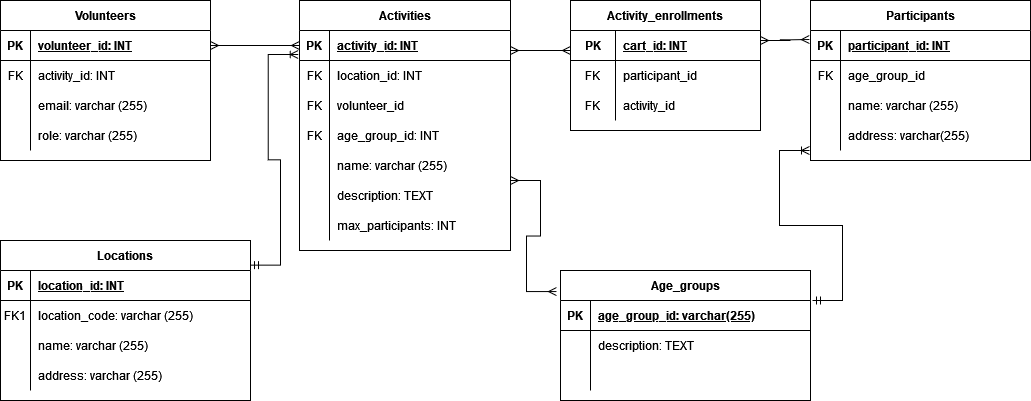
Before: 340.drawio.png, a diagram exported from draw.io (arse0039/340_db). Source tidied: cells renumbered, new cells last; positions are measured from the earlier drawing's top-left corner, leaving out a move shared by most shapes.
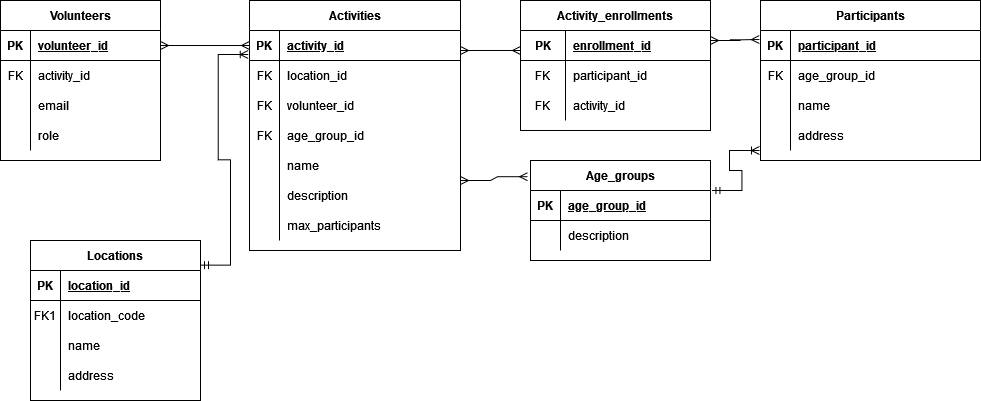
After the commit.

What changed in the source:
```diff
@@ -3,113 +3,104 @@
     <mxCell id="0" />
     <mxCell id="1" parent="0" />
     <mxCell id="2" value="Locations" style="shape=table;startSize=30;rowLines=0;fontStyle=1;align=center;" parent="1" vertex="1">
-      <mxGeometry y="240" width="250" height="160" as="geometry" />
+      <mxGeometry x="80" y="240" width="170" height="160" as="geometry" />
     </mxCell>
     <mxCell id="3" style="shape=partialRectangle;fillColor=none;top=0;left=0;right=0;bottom=1;" parent="2" vertex="1">
-      <mxGeometry y="30" width="250" height="30" as="geometry" />
+      <mxGeometry y="30" width="170" height="30" as="geometry" />
     </mxCell>
     <mxCell id="4" value="PK" style="shape=partialRectangle;overflow=hidden;fillColor=none;top=0;left=0;bottom=0;right=0;fontStyle=1;" parent="3" vertex="1">
       <mxGeometry width="30" height="30" as="geometry" />
     </mxCell>
-    <mxCell id="5" value="location_id: INT" style="shape=partialRectangle;overflow=hidden;fillColor=none;top=0;left=0;bottom=0;right=0;align=left;spacingLeft=6;fontStyle=5;" parent="3" vertex="1">
-      <mxGeometry x="30" width="220" height="30" as="geometry" />
+    <mxCell id="5" value="location_id" style="shape=partialRectangle;overflow=hidden;fillColor=none;top=0;left=0;bottom=0;right=0;align=left;spacingLeft=6;fontStyle=5;" parent="3" vertex="1">
+      <mxGeometry x="30" width="140" height="30" as="geometry" />
     </mxCell>
     <mxCell id="6" style="shape=partialRectangle;fillColor=none;top=0;left=0;right=0;bottom=0;" parent="2" vertex="1">
-      <mxGeometry y="60" width="250" height="30" as="geometry" />
+      <mxGeometry y="60" width="170" height="30" as="geometry" />
     </mxCell>
     <mxCell id="7" value="FK1" style="shape=partialRectangle;overflow=hidden;fillColor=none;top=0;left=0;bottom=0;right=0;" parent="6" vertex="1">
       <mxGeometry width="30" height="30" as="geometry" />
     </mxCell>
-    <mxCell id="8" value="location_code: varchar (255)" style="shape=partialRectangle;overflow=hidden;fillColor=none;top=0;left=0;bottom=0;right=0;align=left;spacingLeft=6;" parent="6" vertex="1">
-      <mxGeometry x="30" width="220" height="30" as="geometry" />
+    <mxCell id="8" value="location_code" style="shape=partialRectangle;overflow=hidden;fillColor=none;top=0;left=0;bottom=0;right=0;align=left;spacingLeft=6;" parent="6" vertex="1">
+      <mxGeometry x="30" width="140" height="30" as="geometry" />
     </mxCell>
     <mxCell id="9" style="shape=partialRectangle;fillColor=none;top=0;left=0;right=0;bottom=0;" parent="2" vertex="1">
-      <mxGeometry y="90" width="250" height="30" as="geometry" />
+      <mxGeometry y="90" width="170" height="30" as="geometry" />
     </mxCell>
     <mxCell id="10" style="shape=partialRectangle;overflow=hidden;fillColor=none;top=0;left=0;bottom=0;right=0;" parent="9" vertex="1">
       <mxGeometry width="30" height="30" as="geometry" />
     </mxCell>
-    <mxCell id="11" value="name: varchar (255)" style="shape=partialRectangle;overflow=hidden;fillColor=none;top=0;left=0;bottom=0;right=0;align=left;spacingLeft=6;" parent="9" vertex="1">
-      <mxGeometry x="30" width="220" height="30" as="geometry" />
+    <mxCell id="11" value="name" style="shape=partialRectangle;overflow=hidden;fillColor=none;top=0;left=0;bottom=0;right=0;align=left;spacingLeft=6;" parent="9" vertex="1">
+      <mxGeometry x="30" width="140" height="30" as="geometry" />
     </mxCell>
     <mxCell id="12" style="shape=partialRectangle;fillColor=none;top=0;left=0;right=0;bottom=0;" parent="2" vertex="1">
-      <mxGeometry y="120" width="250" height="30" as="geometry" />
+      <mxGeometry y="120" width="170" height="30" as="geometry" />
     </mxCell>
     <mxCell id="13" style="shape=partialRectangle;overflow=hidden;fillColor=none;top=0;left=0;bottom=0;right=0;" parent="12" vertex="1">
       <mxGeometry width="30" height="30" as="geometry" />
     </mxCell>
-    <mxCell id="14" value="address: varchar (255)" style="shape=partialRectangle;overflow=hidden;fillColor=none;top=0;left=0;bottom=0;right=0;align=left;spacingLeft=6;" parent="12" vertex="1">
-      <mxGeometry x="30" width="220" height="30" as="geometry" />
+    <mxCell id="14" value="address" style="shape=partialRectangle;overflow=hidden;fillColor=none;top=0;left=0;bottom=0;right=0;align=left;spacingLeft=6;" parent="12" vertex="1">
+      <mxGeometry x="30" width="140" height="30" as="geometry" />
     </mxCell>
     <mxCell id="15" value="Volunteers" style="shape=table;startSize=30;rowLines=0;fontStyle=1;align=center;" parent="1" vertex="1">
-      <mxGeometry width="210" height="160" as="geometry" />
+      <mxGeometry x="50" width="160" height="160" as="geometry" />
     </mxCell>
     <mxCell id="16" style="shape=partialRectangle;fillColor=none;points=[[0,0.5],[1,0.5]];portConstraint=eastwest;top=0;left=0;right=0;bottom=1;" parent="15" vertex="1">
-      <mxGeometry y="30" width="210" height="30" as="geometry" />
+      <mxGeometry y="30" width="160" height="30" as="geometry" />
     </mxCell>
     <mxCell id="17" value="PK" style="shape=partialRectangle;overflow=hidden;fillColor=none;top=0;left=0;bottom=0;right=0;fontStyle=1;" parent="16" vertex="1">
       <mxGeometry width="30" height="30" as="geometry" />
     </mxCell>
-    <mxCell id="18" value="volunteer_id: INT" style="shape=partialRectangle;overflow=hidden;fillColor=none;top=0;left=0;bottom=0;right=0;align=left;spacingLeft=6;fontStyle=5;" parent="16" vertex="1">
-      <mxGeometry x="30" width="180" height="30" as="geometry" />
+    <mxCell id="18" value="volunteer_id" style="shape=partialRectangle;overflow=hidden;fillColor=none;top=0;left=0;bottom=0;right=0;align=left;spacingLeft=6;fontStyle=5;" parent="16" vertex="1">
+      <mxGeometry x="30" width="130" height="30" as="geometry" />
     </mxCell>
     <mxCell id="19" style="shape=partialRectangle;fillColor=none;top=0;left=0;right=0;bottom=0;" parent="15" vertex="1">
-      <mxGeometry y="60" width="210" height="30" as="geometry" />
+      <mxGeometry y="60" width="160" height="30" as="geometry" />
     </mxCell>
     <mxCell id="20" value="FK" style="shape=partialRectangle;overflow=hidden;fillColor=none;top=0;left=0;bottom=0;right=0;" parent="19" vertex="1">
       <mxGeometry width="30" height="30" as="geometry" />
     </mxCell>
-    <mxCell id="21" value="activity_id: INT" style="shape=partialRectangle;overflow=hidden;fillColor=none;top=0;left=0;bottom=0;right=0;align=left;spacingLeft=6;" parent="19" vertex="1">
-      <mxGeometry x="30" width="180" height="30" as="geometry" />
+    <mxCell id="21" value="activity_id" style="shape=partialRectangle;overflow=hidden;fillColor=none;top=0;left=0;bottom=0;right=0;align=left;spacingLeft=6;" parent="19" vertex="1">
+      <mxGeometry x="30" width="130" height="30" as="geometry" />
     </mxCell>
     <mxCell id="22" style="shape=partialRectangle;fillColor=none;top=0;left=0;right=0;bottom=0;" parent="15" vertex="1">
-      <mxGeometry y="90" width="210" height="30" as="geometry" />
+      <mxGeometry y="90" width="160" height="30" as="geometry" />
     </mxCell>
     <mxCell id="23" style="shape=partialRectangle;overflow=hidden;fillColor=none;top=0;left=0;bottom=0;right=0;" parent="22" vertex="1">
       <mxGeometry width="30" height="30" as="geometry" />
     </mxCell>
-    <mxCell id="24" value="email: varchar (255)" style="shape=partialRectangle;overflow=hidden;fillColor=none;top=0;left=0;bottom=0;right=0;align=left;spacingLeft=6;" parent="22" vertex="1">
-      <mxGeometry x="30" width="180" height="30" as="geometry" />
+    <mxCell id="24" value="email" style="shape=partialRectangle;overflow=hidden;fillColor=none;top=0;left=0;bottom=0;right=0;align=left;spacingLeft=6;" parent="22" vertex="1">
+      <mxGeometry x="30" width="130" height="30" as="geometry" />
     </mxCell>
     <mxCell id="25" style="shape=partialRectangle;fillColor=none;top=0;left=0;right=0;bottom=0;" parent="15" vertex="1">
-      <mxGeometry y="120" width="210" height="30" as="geometry" />
+      <mxGeometry y="120" width="160" height="30" as="geometry" />
     </mxCell>
     <mxCell id="26" style="shape=partialRectangle;overflow=hidden;fillColor=none;top=0;left=0;bottom=0;right=0;" parent="25" vertex="1">
       <mxGeometry width="30" height="30" as="geometry" />
     </mxCell>
-    <mxCell id="27" value="role: varchar (255)" style="shape=partialRectangle;overflow=hidden;fillColor=none;top=0;left=0;bottom=0;right=0;align=left;spacingLeft=6;" parent="25" vertex="1">
-      <mxGeometry x="30" width="180" height="30" as="geometry" />
+    <mxCell id="27" value="role" style="shape=partialRectangle;overflow=hidden;fillColor=none;top=0;left=0;bottom=0;right=0;align=left;spacingLeft=6;" parent="25" vertex="1">
+      <mxGeometry x="30" width="130" height="30" as="geometry" />
     </mxCell>
     <mxCell id="28" value="Age_groups" style="shape=table;startSize=30;rowLines=0;fontStyle=1;align=center;" parent="1" vertex="1">
-      <mxGeometry x="560" y="270" width="250" height="130" as="geometry" />
+      <mxGeometry x="580" y="160" width="180" height="100" as="geometry" />
     </mxCell>
     <mxCell id="29" style="shape=partialRectangle;fillColor=none;points=[[0,0.5],[1,0.5]];portConstraint=eastwest;top=0;left=0;right=0;bottom=1;" parent="28" vertex="1">
-      <mxGeometry y="30" width="250" height="30" as="geometry" />
+      <mxGeometry y="30" width="180" height="30" as="geometry" />
     </mxCell>
     <mxCell id="30" value="PK" style="shape=partialRectangle;overflow=hidden;fillColor=none;top=0;left=0;bottom=0;right=0;fontStyle=1;" parent="29" vertex="1">
       <mxGeometry width="30" height="30" as="geometry" />
     </mxCell>
-    <mxCell id="31" value="age_group_id: varchar(255)" style="shape=partialRectangle;overflow=hidden;fillColor=none;top=0;left=0;bottom=0;right=0;align=left;spacingLeft=6;fontStyle=5;" parent="29" vertex="1">
-      <mxGeometry x="30" width="220" height="30" as="geometry" />
+    <mxCell id="31" value="age_group_id" style="shape=partialRectangle;overflow=hidden;fillColor=none;top=0;left=0;bottom=0;right=0;align=left;spacingLeft=6;fontStyle=5;" parent="29" vertex="1">
+      <mxGeometry x="30" width="150" height="30" as="geometry" />
     </mxCell>
     <mxCell id="32" style="shape=partialRectangle;fillColor=none;top=0;left=0;right=0;bottom=0;" parent="28" vertex="1">
-      <mxGeometry y="60" width="250" height="30" as="geometry" />
+      <mxGeometry y="60" width="180" height="30" as="geometry" />
     </mxCell>
     <mxCell id="33" style="shape=partialRectangle;overflow=hidden;fillColor=none;top=0;left=0;bottom=0;right=0;" parent="32" vertex="1">
       <mxGeometry width="30" height="30" as="geometry" />
     </mxCell>
-    <mxCell id="34" value="description: TEXT" style="shape=partialRectangle;overflow=hidden;fillColor=none;top=0;left=0;bottom=0;right=0;align=left;spacingLeft=6;" parent="32" vertex="1">
-      <mxGeometry x="30" width="220" height="30" as="geometry" />
+    <mxCell id="34" value="description" style="shape=partialRectangle;overflow=hidden;fillColor=none;top=0;left=0;bottom=0;right=0;align=left;spacingLeft=6;" parent="32" vertex="1">
+      <mxGeometry x="30" width="150" height="30" as="geometry" />
     </mxCell>
-    <mxCell id="35" style="shape=partialRectangle;fillColor=none;top=0;left=0;right=0;bottom=0;" parent="28" vertex="1">
-      <mxGeometry y="90" width="250" height="30" as="geometry" />
-    </mxCell>
-    <mxCell id="36" style="shape=partialRectangle;overflow=hidden;fillColor=none;top=0;left=0;bottom=0;right=0;" parent="35" vertex="1">
-      <mxGeometry width="30" height="30" as="geometry" />
-    </mxCell>
-    <mxCell id="37" style="shape=partialRectangle;overflow=hidden;fillColor=none;top=0;left=0;bottom=0;right=0;align=left;spacingLeft=6;" parent="35" vertex="1">
-      <mxGeometry x="30" width="220" height="30" as="geometry" />
-    </mxCell>
     <mxCell id="38" value="Activity_enrollments" style="shape=table;startSize=30;rowLines=0;fontStyle=1;align=center;" parent="1" vertex="1">
       <mxGeometry x="570" width="190" height="130" as="geometry" />
     </mxCell>
@@ -119,7 +110,7 @@
     <mxCell id="40" value="PK" style="shape=partialRectangle;overflow=hidden;fillColor=none;top=0;left=0;bottom=0;right=0;fontStyle=1;" parent="39" vertex="1">
       <mxGeometry width="45" height="30" as="geometry" />
     </mxCell>
-    <mxCell id="41" value="cart_id: INT" style="shape=partialRectangle;overflow=hidden;fillColor=none;top=0;left=0;bottom=0;right=0;align=left;spacingLeft=6;fontStyle=5;" parent="39" vertex="1">
+    <mxCell id="41" value="enrollment_id" style="shape=partialRectangle;overflow=hidden;fillColor=none;top=0;left=0;bottom=0;right=0;align=left;spacingLeft=6;fontStyle=5;" parent="39" vertex="1">
       <mxGeometry x="45" width="145" height="30" as="geometry" />
     </mxCell>
     <mxCell id="42" style="shape=partialRectangle;fillColor=none;top=0;left=0;right=0;bottom=0;" parent="38" vertex="1">
@@ -149,7 +140,7 @@
     <mxCell id="50" value="PK" style="shape=partialRectangle;fillColor=none;top=0;left=0;bottom=0;right=0;fontStyle=1;overflow=hidden;" parent="49" vertex="1">
       <mxGeometry width="30" height="30" as="geometry" />
     </mxCell>
-    <mxCell id="51" value="participant_id: INT" style="shape=partialRectangle;fillColor=none;top=0;left=0;bottom=0;right=0;align=left;spacingLeft=6;fontStyle=5;overflow=hidden;" parent="49" vertex="1">
+    <mxCell id="51" value="participant_id" style="shape=partialRectangle;fillColor=none;top=0;left=0;bottom=0;right=0;align=left;spacingLeft=6;fontStyle=5;overflow=hidden;" parent="49" vertex="1">
       <mxGeometry x="30" width="190" height="30" as="geometry" />
     </mxCell>
     <mxCell id="52" style="shape=tableRow;horizontal=0;startSize=0;swimlaneHead=0;swimlaneBody=0;fillColor=none;top=0;left=0;right=0;bottom=0;" parent="48" vertex="1">
@@ -167,7 +158,7 @@
     <mxCell id="56" style="shape=partialRectangle;fillColor=none;top=0;left=0;bottom=0;right=0;overflow=hidden;" parent="55" vertex="1">
       <mxGeometry width="30" height="30" as="geometry" />
     </mxCell>
-    <mxCell id="57" value="name: varchar (255)" style="shape=partialRectangle;fillColor=none;top=0;left=0;bottom=0;right=0;align=left;spacingLeft=6;overflow=hidden;" parent="55" vertex="1">
+    <mxCell id="57" value="name" style="shape=partialRectangle;fillColor=none;top=0;left=0;bottom=0;right=0;align=left;spacingLeft=6;overflow=hidden;" parent="55" vertex="1">
       <mxGeometry x="30" width="190" height="30" as="geometry" />
     </mxCell>
     <mxCell id="58" style="shape=tableRow;horizontal=0;startSize=0;swimlaneHead=0;swimlaneBody=0;fillColor=none;top=0;left=0;right=0;bottom=0;" parent="48" vertex="1">
@@ -176,7 +167,7 @@
     <mxCell id="59" style="shape=partialRectangle;fillColor=none;top=0;left=0;bottom=0;right=0;overflow=hidden;" parent="58" vertex="1">
       <mxGeometry width="30" height="30" as="geometry" />
     </mxCell>
-    <mxCell id="60" value="address: varchar(255)" style="shape=partialRectangle;fillColor=none;top=0;left=0;bottom=0;right=0;align=left;spacingLeft=6;overflow=hidden;" parent="58" vertex="1">
+    <mxCell id="60" value="address" style="shape=partialRectangle;fillColor=none;top=0;left=0;bottom=0;right=0;align=left;spacingLeft=6;overflow=hidden;" parent="58" vertex="1">
       <mxGeometry x="30" width="190" height="30" as="geometry" />
     </mxCell>
     <mxCell id="61" value="Activities" style="shape=table;startSize=30;rowLines=0;fontStyle=1;align=center;" parent="1" vertex="1">
@@ -188,7 +179,7 @@
     <mxCell id="63" value="PK" style="shape=partialRectangle;fillColor=none;top=0;left=0;bottom=0;right=0;fontStyle=1;overflow=hidden;" parent="62" vertex="1">
       <mxGeometry width="30" height="30" as="geometry" />
     </mxCell>
-    <mxCell id="64" value="activity_id: INT" style="shape=partialRectangle;fillColor=none;top=0;left=0;bottom=0;right=0;align=left;spacingLeft=6;fontStyle=5;overflow=hidden;" parent="62" vertex="1">
+    <mxCell id="64" value="activity_id" style="shape=partialRectangle;fillColor=none;top=0;left=0;bottom=0;right=0;align=left;spacingLeft=6;fontStyle=5;overflow=hidden;" parent="62" vertex="1">
       <mxGeometry x="30" width="181" height="30" as="geometry" />
     </mxCell>
     <mxCell id="65" style="shape=tableRow;horizontal=0;startSize=0;swimlaneHead=0;swimlaneBody=0;fillColor=none;top=0;left=0;right=0;bottom=0;" parent="61" vertex="1">
@@ -197,7 +188,7 @@
     <mxCell id="66" value="FK" style="shape=partialRectangle;fillColor=none;top=0;left=0;bottom=0;right=0;overflow=hidden;" parent="65" vertex="1">
       <mxGeometry width="30" height="30" as="geometry" />
     </mxCell>
-    <mxCell id="67" value="location_id: INT" style="shape=partialRectangle;fillColor=none;top=0;left=0;bottom=0;right=0;align=left;spacingLeft=6;overflow=hidden;" parent="65" vertex="1">
+    <mxCell id="67" value="location_id" style="shape=partialRectangle;fillColor=none;top=0;left=0;bottom=0;right=0;align=left;spacingLeft=6;overflow=hidden;" parent="65" vertex="1">
       <mxGeometry x="30" width="181" height="30" as="geometry" />
     </mxCell>
     <mxCell id="68" style="shape=tableRow;horizontal=0;startSize=0;swimlaneHead=0;swimlaneBody=0;fillColor=none;top=0;left=0;right=0;bottom=0;" parent="61" vertex="1">
@@ -215,7 +206,7 @@
     <mxCell id="72" value="FK" style="shape=partialRectangle;fillColor=none;top=0;left=0;bottom=0;right=0;overflow=hidden;" parent="71" vertex="1">
       <mxGeometry width="30" height="30" as="geometry" />
     </mxCell>
-    <mxCell id="73" value="age_group_id: INT" style="shape=partialRectangle;fillColor=none;top=0;left=0;bottom=0;right=0;align=left;spacingLeft=6;overflow=hidden;" parent="71" vertex="1">
+    <mxCell id="73" value="age_group_id" style="shape=partialRectangle;fillColor=none;top=0;left=0;bottom=0;right=0;align=left;spacingLeft=6;overflow=hidden;" parent="71" vertex="1">
       <mxGeometry x="30" width="181" height="30" as="geometry" />
     </mxCell>
     <mxCell id="74" style="shape=tableRow;horizontal=0;startSize=0;swimlaneHead=0;swimlaneBody=0;fillColor=none;top=0;left=0;right=0;bottom=0;" parent="61" vertex="1">
@@ -224,7 +215,7 @@
     <mxCell id="75" style="shape=partialRectangle;fillColor=none;top=0;left=0;bottom=0;right=0;overflow=hidden;" parent="74" vertex="1">
       <mxGeometry width="30" height="30" as="geometry" />
     </mxCell>
-    <mxCell id="76" value="name: varchar (255)" style="shape=partialRectangle;fillColor=none;top=0;left=0;bottom=0;right=0;align=left;spacingLeft=6;overflow=hidden;" parent="74" vertex="1">
+    <mxCell id="76" value="name" style="shape=partialRectangle;fillColor=none;top=0;left=0;bottom=0;right=0;align=left;spacingLeft=6;overflow=hidden;" parent="74" vertex="1">
       <mxGeometry x="30" width="181" height="30" as="geometry" />
     </mxCell>
     <mxCell id="77" style="shape=tableRow;horizontal=0;startSize=0;swimlaneHead=0;swimlaneBody=0;fillColor=none;top=0;left=0;right=0;bottom=0;" parent="61" vertex="1">
@@ -233,7 +224,7 @@
     <mxCell id="78" style="shape=partialRectangle;fillColor=none;top=0;left=0;bottom=0;right=0;overflow=hidden;" parent="77" vertex="1">
       <mxGeometry width="30" height="30" as="geometry" />
     </mxCell>
-    <mxCell id="79" value="description: TEXT" style="shape=partialRectangle;fillColor=none;top=0;left=0;bottom=0;right=0;align=left;spacingLeft=6;overflow=hidden;" parent="77" vertex="1">
+    <mxCell id="79" value="description " style="shape=partialRectangle;fillColor=none;top=0;left=0;bottom=0;right=0;align=left;spacingLeft=6;overflow=hidden;" parent="77" vertex="1">
       <mxGeometry x="30" width="181" height="30" as="geometry" />
     </mxCell>
     <mxCell id="80" style="shape=tableRow;horizontal=0;startSize=0;swimlaneHead=0;swimlaneBody=0;fillColor=none;top=0;left=0;right=0;bottom=0;" parent="61" vertex="1">
@@ -242,7 +233,7 @@
     <mxCell id="81" style="shape=partialRectangle;fillColor=none;top=0;left=0;bottom=0;right=0;overflow=hidden;" parent="80" vertex="1">
       <mxGeometry width="30" height="30" as="geometry" />
     </mxCell>
-    <mxCell id="82" value="max_participants: INT" style="shape=partialRectangle;fillColor=none;top=0;left=0;bottom=0;right=0;align=left;spacingLeft=6;overflow=hidden;" parent="80" vertex="1">
+    <mxCell id="82" value="max_participants" style="shape=partialRectangle;fillColor=none;top=0;left=0;bottom=0;right=0;align=left;spacingLeft=6;overflow=hidden;" parent="80" vertex="1">
       <mxGeometry x="30" width="181" height="30" as="geometry" />
     </mxCell>
     <mxCell id="83" style="edgeStyle=entityRelationEdgeStyle;fontSize=12;html=1;endArrow=ERmany;startArrow=ERmany;rounded=0;entryX=0;entryY=0.5;entryDx=0;entryDy=0;exitX=1;exitY=0.5;exitDx=0;exitDy=0;" parent="1" edge="1" source="16" target="62">
```
